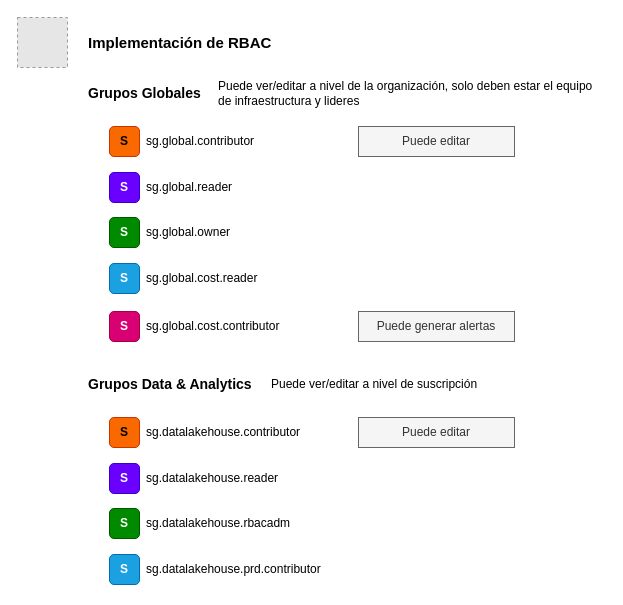
Before: page "Roles" (5 of 5) of Arquitectura Azure.drawio in jcdiazz/Diagramas, a draw.io diagram. Source tidied: cells renumbered, new cells numbered last; positions are measured from the earlier drawing's top-left corner, leaving out a move shared by most shapes. Both pictures are drawn from the tidied source at 100%, with x=0, y=0 at pixel (17, 17). Pictures stored in the file or linked from it are replaced by grey dashed boxes.
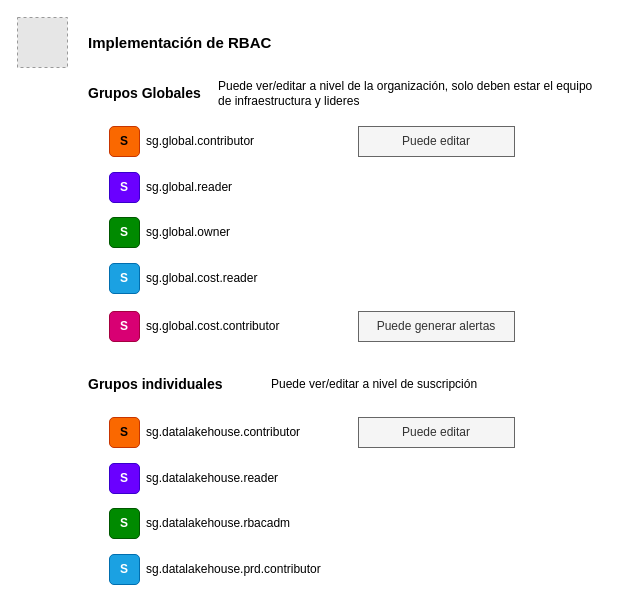
The same diagram, later.

Change to the diagram source:
```diff
@@
-    <mxCell id="21" value="Grupos Data &amp;amp; Analytics" style="text;html=1;align=left;verticalAlign=middle;whiteSpace=wrap;rounded=0;fontStyle=1;fontSize=14;" parent="1" vertex="1">
+    <mxCell id="21" value="Grupos individuales" style="text;html=1;align=left;verticalAlign=middle;whiteSpace=wrap;rounded=0;fontStyle=1;fontSize=14;" parent="1" vertex="1">
       <mxGeometry x="69" y="352" width="211" height="30" as="geometry" />
     </mxCell>
```
